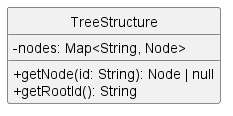
GroupRubberDuck/Documentazione keeps this PlantUML diagram as src/PB/DocumentazioneEsterna/Specifica_Tecnica/content/05-diagrammi-classi/uml/png/frontend/TreeStructure.png. Above is the earlier version. Its source is kept beside it as src/PB/DocumentazioneEsterna/Specifica_Tecnica/content/05-diagrammi-classi/uml/puml/Frontend/decision-tree/models/TreeStructure.puml. The source it was exported from:
```plantuml
@startuml
skinparam linetype ortho
skinparam nodesep 80
skinparam ranksep 100
skinparam classAttributeIconSize 0
skinparam packageStyle rectangle
skinparam style strictuml

class TreeStructure{
        - rootId:String
        - Map<String,Node>

        + TreeStructure(rootId:String,Map<String,Node>)
        + getNode(nodeId:String):Node
        + getRootId():String
        + getAllNodes():Map<String,Node>
}

@enduml
```
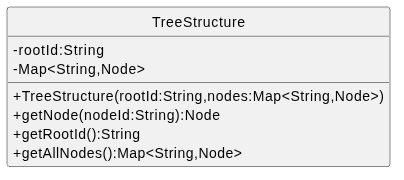
The same diagram one commit later.

Diff of the diagram source:
```diff
@@ -10,7 +10,7 @@
         - rootId:String
         - Map<String,Node>
 
-        + TreeStructure(rootId:String,Map<String,Node>)
+        + TreeStructure(rootId:String,nodes:Map<String,Node>)
         + getNode(nodeId:String):Node
         + getRootId():String
         + getAllNodes():Map<String,Node>
```
